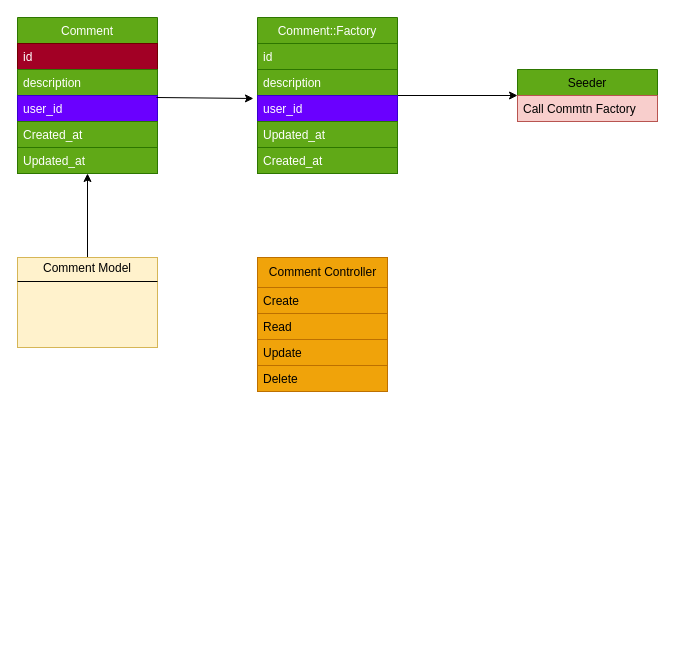
The draw.io diagram demo.drawio in MohammadRezaEghdam/ShareVideo, before the edit. Source tidied: cells renumbered, new cells numbered last; positions are measured from the earlier drawing's top-left corner, leaving out a move shared by most shapes. Both pictures are drawn from the tidied source at 100%, with x=0, y=0 at pixel (17, 17).
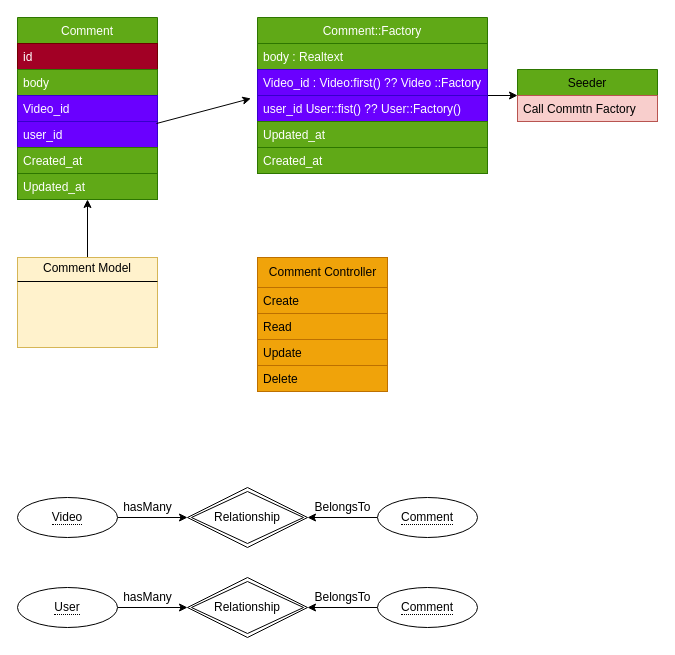
Above is the later version.

The edit, as a diff of the source:
```diff
@@
     <mxCell id="2" value="Comment" style="swimlane;fontStyle=0;horizontal=1;startSize=26;fillColor=#60a917;swimlaneFillColor=none;glass=0;shadow=0;rounded=0;fontColor=#ffffff;strokeColor=#2D7600;" parent="1" vertex="1">
-      <mxGeometry width="140" height="156" as="geometry" />
+      <mxGeometry width="140" height="182" as="geometry" />
     </mxCell>
@@
-    <mxCell id="4" value="description" style="text;strokeColor=#2D7600;fillColor=#60a917;align=left;verticalAlign=top;spacingLeft=4;spacingRight=4;overflow=hidden;fontColor=#ffffff;" parent="2" vertex="1">
+    <mxCell id="4" value="body" style="text;strokeColor=#2D7600;fillColor=#60a917;align=left;verticalAlign=top;spacingLeft=4;spacingRight=4;overflow=hidden;fontColor=#ffffff;" parent="2" vertex="1">
       <mxGeometry y="52" width="140" height="26" as="geometry" />
     </mxCell>
+    <mxCell id="26" value="Video_id" style="text;strokeColor=#3700CC;fillColor=#6a00ff;align=left;verticalAlign=top;spacingLeft=4;spacingRight=4;overflow=hidden;fontColor=#ffffff;" parent="2" vertex="1">
+      <mxGeometry y="78" width="140" height="26" as="geometry" />
+    </mxCell>
     <mxCell id="5" value="user_id" style="text;strokeColor=#3700CC;fillColor=#6a00ff;align=left;verticalAlign=top;spacingLeft=4;spacingRight=4;overflow=hidden;points=[[0,0.5],[1,0.5]];portConstraint=eastwest;fontColor=#ffffff;" parent="2" vertex="1">
-      <mxGeometry y="78" width="140" height="26" as="geometry" />
+      <mxGeometry y="104" width="140" height="26" as="geometry" />
     </mxCell>
     <mxCell id="6" value="Created_at" style="text;strokeColor=#2D7600;fillColor=#60a917;align=left;verticalAlign=top;spacingLeft=4;spacingRight=4;overflow=hidden;rounded=0;shadow=0;glass=0;fontColor=#ffffff;" parent="2" vertex="1">
-      <mxGeometry y="104" width="140" height="26" as="geometry" />
+      <mxGeometry y="130" width="140" height="26" as="geometry" />
     </mxCell>
     <mxCell id="7" value="Updated_at" style="text;strokeColor=#2D7600;fillColor=#60a917;align=left;verticalAlign=top;spacingLeft=4;spacingRight=4;overflow=hidden;points=[[0,0.5],[1,0.5]];portConstraint=eastwest;rounded=0;shadow=0;glass=0;fontColor=#ffffff;" parent="2" vertex="1">
-      <mxGeometry y="130" width="140" height="26" as="geometry" />
+      <mxGeometry y="156" width="140" height="26" as="geometry" />
     </mxCell>
@@
     <mxCell id="9" value="Comment::Factory" style="swimlane;fontStyle=0;horizontal=1;startSize=26;fillColor=#60a917;rounded=0;shadow=0;glass=0;fontColor=#ffffff;strokeColor=#2D7600;" parent="1" vertex="1">
-      <mxGeometry x="240" width="140" height="156" as="geometry" />
+      <mxGeometry x="240" width="230" height="156" as="geometry" />
     </mxCell>
-    <mxCell id="10" value="id&#10;" style="text;strokeColor=#2D7600;fillColor=#60a917;align=left;verticalAlign=top;spacingLeft=4;spacingRight=4;overflow=hidden;fontColor=#ffffff;" parent="9" vertex="1">
-      <mxGeometry y="26" width="140" height="26" as="geometry" />
-    </mxCell>
-    <mxCell id="11" value="description" style="text;strokeColor=#2D7600;fillColor=#60a917;align=left;verticalAlign=top;spacingLeft=4;spacingRight=4;overflow=hidden;fontColor=#ffffff;" parent="9" vertex="1">
-      <mxGeometry y="52" width="140" height="26" as="geometry" />
+    <mxCell id="11" value="body : Realtext" style="text;strokeColor=#2D7600;fillColor=#60a917;align=left;verticalAlign=top;spacingLeft=4;spacingRight=4;overflow=hidden;fontColor=#ffffff;" parent="9" vertex="1">
+      <mxGeometry y="26" width="230" height="26" as="geometry" />
     </mxCell>
+    <mxCell id="27" value="Video_id : Video:first() ?? Video ::Factory" style="text;strokeColor=#3700CC;fillColor=#6a00ff;align=left;verticalAlign=top;spacingLeft=4;spacingRight=4;overflow=hidden;fontColor=#ffffff;" parent="9" vertex="1">
+      <mxGeometry y="52" width="230" height="26" as="geometry" />
+    </mxCell>
-    <mxCell id="12" value="user_id" style="text;strokeColor=#3700CC;fillColor=#6a00ff;align=left;verticalAlign=top;spacingLeft=4;spacingRight=4;overflow=hidden;points=[[0,0.5],[1,0.5]];portConstraint=eastwest;fontColor=#ffffff;" parent="9" vertex="1">
-      <mxGeometry y="78" width="140" height="26" as="geometry" />
+    <mxCell id="12" value="user_id User::fist() ?? User::Factory()" style="text;strokeColor=#3700CC;fillColor=#6a00ff;align=left;verticalAlign=top;spacingLeft=4;spacingRight=4;overflow=hidden;points=[[0,0.5],[1,0.5]];portConstraint=eastwest;fontColor=#ffffff;" parent="9" vertex="1">
+      <mxGeometry y="78" width="230" height="26" as="geometry" />
     </mxCell>
     <mxCell id="13" value="Updated_at" style="text;strokeColor=#2D7600;fillColor=#60a917;align=left;verticalAlign=top;spacingLeft=4;spacingRight=4;overflow=hidden;rounded=0;shadow=0;glass=0;fontColor=#ffffff;" parent="9" vertex="1">
-      <mxGeometry y="104" width="140" height="26" as="geometry" />
+      <mxGeometry y="104" width="230" height="26" as="geometry" />
     </mxCell>
     <mxCell id="14" value="Created_at" style="text;strokeColor=#2D7600;fillColor=#60a917;align=left;verticalAlign=top;spacingLeft=4;spacingRight=4;overflow=hidden;rounded=0;shadow=0;glass=0;fontColor=#ffffff;" parent="9" vertex="1">
-      <mxGeometry y="130" width="140" height="26" as="geometry" />
+      <mxGeometry y="130" width="230" height="26" as="geometry" />
     </mxCell>
@@
+    <mxCell id="28" style="edgeStyle=none;html=1;" parent="1" edge="1" source="29" target="30">
+      <mxGeometry relative="1" as="geometry" />
+    </mxCell>
+    <mxCell id="29" value="&lt;span style=&quot;border-bottom: 1px dotted&quot;&gt;Video&lt;/span&gt;" style="ellipse;whiteSpace=wrap;html=1;align=center;" parent="1" vertex="1">
+      <mxGeometry y="480" width="100" height="40" as="geometry" />
+    </mxCell>
+    <mxCell id="30" value="Relationship" style="shape=rhombus;double=1;perimeter=rhombusPerimeter;whiteSpace=wrap;html=1;align=center;" parent="1" vertex="1">
+      <mxGeometry x="170" y="470" width="120" height="60" as="geometry" />
+    </mxCell>
+    <mxCell id="31" value="hasMany" style="text;html=1;align=center;verticalAlign=middle;fillColor=none;strokeColor=none;rounded=0;" parent="1" vertex="1">
+      <mxGeometry x="100" y="480" width="60" height="20" as="geometry" />
+    </mxCell>
+    <mxCell id="32" style="edgeStyle=none;html=1;" parent="1" edge="1" source="33" target="30">
+      <mxGeometry relative="1" as="geometry" />
+    </mxCell>
+    <mxCell id="33" value="&lt;span style=&quot;border-bottom: 1px dotted&quot;&gt;Comment&lt;/span&gt;" style="ellipse;whiteSpace=wrap;html=1;align=center;" parent="1" vertex="1">
+      <mxGeometry x="360" y="480" width="100" height="40" as="geometry" />
+    </mxCell>
+    <mxCell id="34" value="BelongsTo" style="text;html=1;align=center;verticalAlign=middle;fillColor=none;strokeColor=none;rounded=0;" parent="1" vertex="1">
+      <mxGeometry x="290" y="480" width="70" height="20" as="geometry" />
+    </mxCell>
+    <mxCell id="35" style="edgeStyle=none;html=1;" parent="1" edge="1" source="36" target="37">
+      <mxGeometry relative="1" as="geometry" />
+    </mxCell>
+    <mxCell id="36" value="&lt;span style=&quot;border-bottom: 1px dotted&quot;&gt;User&lt;/span&gt;" style="ellipse;whiteSpace=wrap;html=1;align=center;" parent="1" vertex="1">
+      <mxGeometry y="570" width="100" height="40" as="geometry" />
+    </mxCell>
+    <mxCell id="37" value="Relationship" style="shape=rhombus;double=1;perimeter=rhombusPerimeter;whiteSpace=wrap;html=1;align=center;" parent="1" vertex="1">
+      <mxGeometry x="170" y="560" width="120" height="60" as="geometry" />
+    </mxCell>
+    <mxCell id="38" value="hasMany" style="text;html=1;align=center;verticalAlign=middle;fillColor=none;strokeColor=none;rounded=0;" parent="1" vertex="1">
+      <mxGeometry x="100" y="570" width="60" height="20" as="geometry" />
+    </mxCell>
+    <mxCell id="39" style="edgeStyle=none;html=1;" parent="1" edge="1" source="40" target="37">
+      <mxGeometry relative="1" as="geometry" />
+    </mxCell>
+    <mxCell id="40" value="&lt;span style=&quot;border-bottom: 1px dotted&quot;&gt;Comment&lt;/span&gt;" style="ellipse;whiteSpace=wrap;html=1;align=center;" parent="1" vertex="1">
+      <mxGeometry x="360" y="570" width="100" height="40" as="geometry" />
+    </mxCell>
+    <mxCell id="41" value="BelongsTo" style="text;html=1;align=center;verticalAlign=middle;fillColor=none;strokeColor=none;rounded=0;" parent="1" vertex="1">
+      <mxGeometry x="290" y="570" width="70" height="20" as="geometry" />
+    </mxCell>
```
